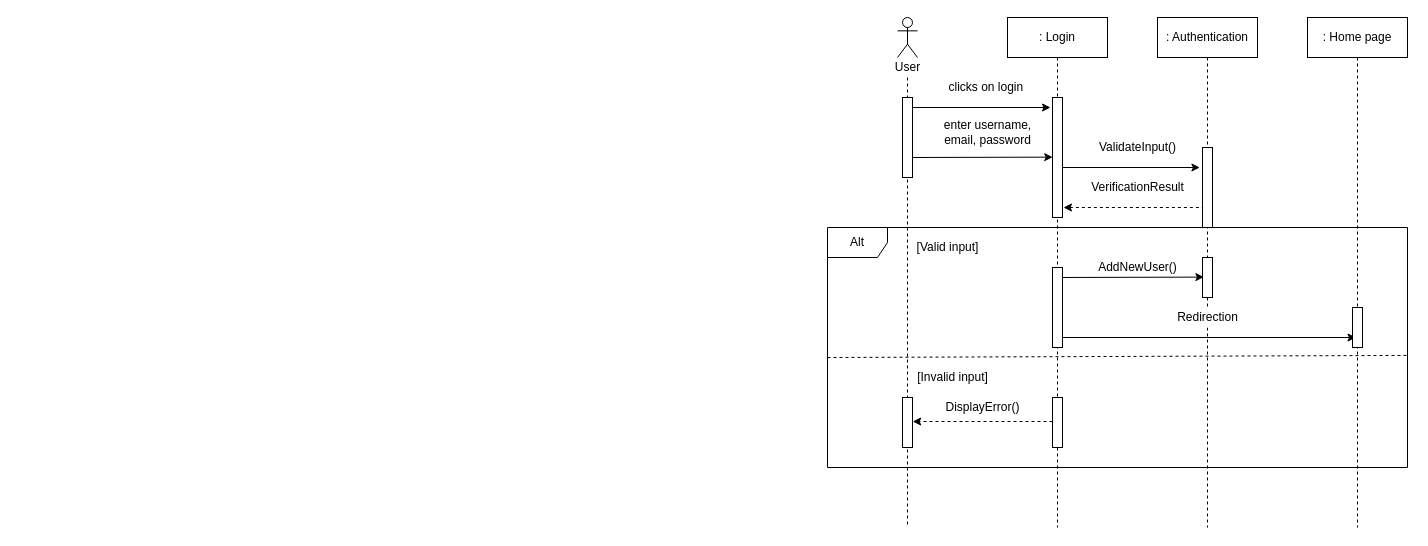
Above: Login(Seq).drawio in FaizAnuar/ashisu (draw.io), before the change. Source tidied: cells renumbered, new cells numbered last; positions are measured from the earlier drawing's top-left corner, leaving out a move shared by most shapes. Both pictures are drawn from the tidied source at 100%, with x=0, y=0 at pixel (827, 17).
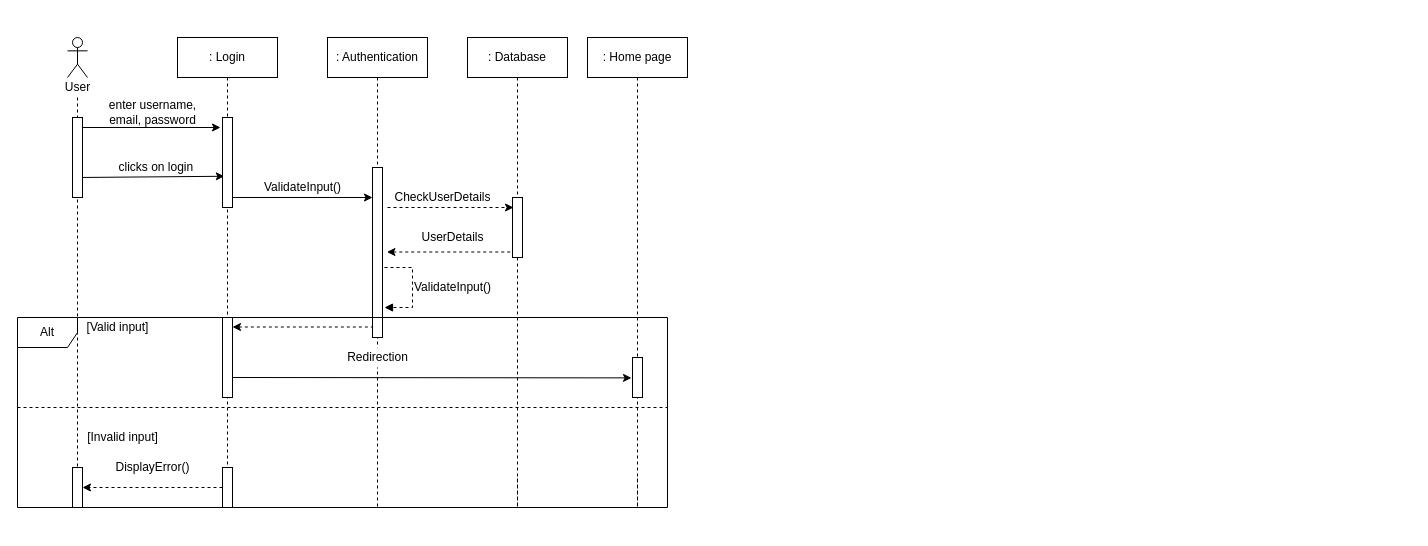
After the change.

The edit, as a diff of the source:
```diff
@@
     <mxCell id="2" style="edgeStyle=orthogonalEdgeStyle;rounded=0;jettySize=auto;html=1;endArrow=none;endFill=0;dashed=1;" parent="1" edge="1" source="36">
       <mxGeometry relative="1" as="geometry">
-        <mxPoint x="80" y="510" as="targetPoint" />
+        <mxPoint x="-750" y="490" as="targetPoint" />
       </mxGeometry>
     </mxCell>
     <mxCell id="3" style="shape=umlActor;verticalLabelPosition=bottom;verticalAlign=top;html=1;" parent="1" vertex="1">
-      <mxGeometry x="70" width="20" height="40" as="geometry" />
+      <mxGeometry x="-760" y="20" width="20" height="40" as="geometry" />
     </mxCell>
     <mxCell id="4" style="edgeStyle=orthogonalEdgeStyle;rounded=0;jettySize=auto;html=1;endArrow=none;endFill=0;dashed=1;" parent="1" edge="1" source="5">
       <mxGeometry relative="1" as="geometry">
-        <mxPoint x="230" y="510" as="targetPoint" />
+        <mxPoint x="-600" y="490" as="targetPoint" />
       </mxGeometry>
     </mxCell>
     <mxCell id="5" value=": Login" style="rounded=0;whiteSpace=wrap;html=1;" parent="1" vertex="1">
-      <mxGeometry x="180" width="100" height="40" as="geometry" />
+      <mxGeometry x="-650" y="20" width="100" height="40" as="geometry" />
     </mxCell>
     <mxCell id="6" style="edgeStyle=orthogonalEdgeStyle;rounded=0;jettySize=auto;html=1;endArrow=none;endFill=0;dashed=1;" parent="1" edge="1" source="7">
       <mxGeometry relative="1" as="geometry">
-        <mxPoint x="530" y="510" as="targetPoint" />
+        <mxPoint x="-190" y="460" as="targetPoint" />
         <Array as="points">
-          <mxPoint x="530" y="500" />
-          <mxPoint x="530" y="500" />
+          <mxPoint x="-190" y="490" />
+          <mxPoint x="-190" y="490" />
         </Array>
       </mxGeometry>
     </mxCell>
     <mxCell id="7" value=": Home page" style="rounded=0;whiteSpace=wrap;html=1;" parent="1" vertex="1">
-      <mxGeometry x="480" width="100" height="40" as="geometry" />
+      <mxGeometry x="-240" y="20" width="100" height="40" as="geometry" />
     </mxCell>
     <mxCell id="8" style="edgeStyle=orthogonalEdgeStyle;rounded=0;jettySize=auto;html=1;endArrow=none;endFill=0;dashed=1;" parent="1" edge="1" source="9">
       <mxGeometry relative="1" as="geometry">
-        <mxPoint x="380" y="510" as="targetPoint" />
+        <mxPoint x="-450" y="490" as="targetPoint" />
       </mxGeometry>
     </mxCell>
     <mxCell id="9" value=": Authentication" style="rounded=0;whiteSpace=wrap;html=1;" parent="1" vertex="1">
-      <mxGeometry x="330" width="100" height="40" as="geometry" />
+      <mxGeometry x="-500" y="20" width="100" height="40" as="geometry" />
     </mxCell>
     <mxCell id="10" style="endArrow=classic;html=1;" parent="1" edge="1">
       <mxGeometry relative="1" as="geometry">
-        <mxPoint x="80" y="90" as="sourcePoint" />
-        <mxPoint x="223" y="90" as="targetPoint" />
+        <mxPoint x="-750" y="110" as="sourcePoint" />
+        <mxPoint x="-607" y="110" as="targetPoint" />
       </mxGeometry>
     </mxCell>
-    <mxCell id="11" style="endArrow=classic;html=1;entryX=0.02;entryY=0.497;entryDx=0;entryDy=0;entryPerimeter=0;" parent="1" edge="1" target="24">
+    <mxCell id="11" style="endArrow=classic;html=1;entryX=0.18;entryY=0.653;entryDx=0;entryDy=0;entryPerimeter=0;" parent="1" edge="1" target="24">
       <mxGeometry relative="1" as="geometry">
-        <mxPoint x="80" y="140" as="sourcePoint" />
+        <mxPoint x="-750" y="160" as="sourcePoint" />
       </mxGeometry>
     </mxCell>
     <mxCell id="12" style="endArrow=none;html=1;startArrow=classic;startFill=1;endFill=0;dashed=1;" parent="1" edge="1">
       <mxGeometry relative="1" as="geometry">
-        <mxPoint x="236" y="190" as="sourcePoint" />
-        <mxPoint x="380" y="190" as="targetPoint" />
+        <mxPoint x="-595" y="309.5" as="sourcePoint" />
+        <mxPoint x="-451" y="309.5" as="targetPoint" />
       </mxGeometry>
     </mxCell>
-    <mxCell id="13" style="endArrow=classic;html=1;entryX=-0.26;entryY=0.25;entryDx=0;entryDy=0;entryPerimeter=0;" parent="1" edge="1" target="25">
+    <mxCell id="13" style="endArrow=classic;html=1;" parent="1" edge="1">
       <mxGeometry relative="1" as="geometry">
-        <mxPoint x="230" y="150" as="sourcePoint" />
+        <mxPoint x="-601" y="180" as="sourcePoint" />
+        <mxPoint x="-455" y="180" as="targetPoint" />
       </mxGeometry>
     </mxCell>
     <mxCell id="14" value="clicks on login&amp;nbsp;" style="text;html=1;align=center;verticalAlign=middle;strokeColor=none;" parent="1" vertex="1">
-      <mxGeometry x="115" y="60" width="90" height="20" as="geometry" />
+      <mxGeometry x="-715" y="140" width="90" height="20" as="geometry" />
     </mxCell>
     <mxCell id="15" value="enter username,&lt;br&gt;email, password" style="text;html=1;align=center;verticalAlign=middle;strokeColor=none;" parent="1" vertex="1">
-      <mxGeometry x="110" y="100" width="100" height="30" as="geometry" />
+      <mxGeometry x="-725" y="80" width="100" height="30" as="geometry" />
     </mxCell>
     <mxCell id="16" value="ValidateInput()" style="text;html=1;align=center;verticalAlign=middle;strokeColor=none;" parent="1" vertex="1">
-      <mxGeometry x="265" y="120" width="90" height="20" as="geometry" />
+      <mxGeometry x="-570" y="160" width="90" height="20" as="geometry" />
     </mxCell>
-    <mxCell id="17" value="VerificationResult" style="text;html=1;align=center;verticalAlign=middle;strokeColor=none;" parent="1" vertex="1">
-      <mxGeometry x="255" y="160" width="110" height="20" as="geometry" />
-    </mxCell>
-    <mxCell id="18" style="endArrow=classic;html=1;entryX=0.14;entryY=0.49;entryDx=0;entryDy=0;entryPerimeter=0;" parent="1" edge="1" target="26">
-      <mxGeometry relative="1" as="geometry">
-        <mxPoint x="230" y="260" as="sourcePoint" />
-      </mxGeometry>
-    </mxCell>
     <mxCell id="19" value="[Valid input]" style="text;html=1;align=center;verticalAlign=middle;strokeColor=none;" parent="1" vertex="1">
-      <mxGeometry x="80" y="220" width="80" height="20" as="geometry" />
+      <mxGeometry x="-750" y="300" width="80" height="20" as="geometry" />
     </mxCell>
-    <mxCell id="20" value="AddNewUser()" style="text;html=1;align=center;verticalAlign=middle;strokeColor=none;" parent="1" vertex="1">
-      <mxGeometry x="265" y="240" width="90" height="20" as="geometry" />
-    </mxCell>
-    <mxCell id="21" style="endArrow=classic;html=1;" parent="1" edge="1">
+    <mxCell id="21" style="endArrow=classic;html=1;entryX=-0.1;entryY=0.51;entryDx=0;entryDy=0;entryPerimeter=0;" parent="1" edge="1" target="28">
       <mxGeometry relative="1" as="geometry">
-        <mxPoint x="231.5" y="320" as="sourcePoint" />
-        <mxPoint x="528.5" y="320" as="targetPoint" />
+        <mxPoint x="-598.5" y="360" as="sourcePoint" />
       </mxGeometry>
     </mxCell>
     <mxCell id="22" value="Redirection" style="text;html=1;align=center;verticalAlign=middle;fillColor=#ffffff;" parent="1" vertex="1">
-      <mxGeometry x="340" y="290" width="80" height="20" as="geometry" />
+      <mxGeometry x="-490" y="330" width="80" height="20" as="geometry" />
     </mxCell>
     <mxCell id="23" style="html=1;perimeter=orthogonalPerimeter;fillColor=#ffffff;" parent="1" vertex="1">
-      <mxGeometry x="75" y="80" width="10" height="80" as="geometry" />
+      <mxGeometry x="-755" y="100" width="10" height="80" as="geometry" />
     </mxCell>
     <mxCell id="24" style="html=1;points=[];perimeter=orthogonalPerimeter;fillColor=#ffffff;" parent="1" vertex="1">
-      <mxGeometry x="225" y="80" width="10" height="120" as="geometry" />
+      <mxGeometry x="-605" y="100" width="10" height="90" as="geometry" />
     </mxCell>
     <mxCell id="25" style="html=1;points=[];perimeter=orthogonalPerimeter;fillColor=#ffffff;" parent="1" vertex="1">
-      <mxGeometry x="375" y="130" width="10" height="80" as="geometry" />
+      <mxGeometry x="-455" y="150" width="10" height="170" as="geometry" />
     </mxCell>
-    <mxCell id="26" style="html=1;points=[];perimeter=orthogonalPerimeter;fillColor=#ffffff;" parent="1" vertex="1">
-      <mxGeometry x="375" y="240" width="10" height="40" as="geometry" />
-    </mxCell>
     <mxCell id="27" style="html=1;perimeter=orthogonalPerimeter;fillColor=#ffffff;" parent="1" vertex="1">
-      <mxGeometry x="225" y="250" width="10" height="80" as="geometry" />
+      <mxGeometry x="-605" y="300" width="10" height="80" as="geometry" />
     </mxCell>
     <mxCell id="28" style="html=1;points=[];perimeter=orthogonalPerimeter;fillColor=#ffffff;" parent="1" vertex="1">
-      <mxGeometry x="525" y="290" width="10" height="40" as="geometry" />
+      <mxGeometry x="-195" y="340" width="10" height="40" as="geometry" />
     </mxCell>
     <mxCell id="29" value="[Invalid input]" style="text;html=1;align=center;verticalAlign=middle;strokeColor=none;" parent="1" vertex="1">
-      <mxGeometry x="80" y="350" width="90" height="20" as="geometry" />
+      <mxGeometry x="-750" y="410" width="90" height="20" as="geometry" />
     </mxCell>
     <mxCell id="30" style="html=1;points=[];perimeter=orthogonalPerimeter;fillColor=#ffffff;" parent="1" vertex="1">
-      <mxGeometry x="75" y="380" width="10" height="50" as="geometry" />
+      <mxGeometry x="-755" y="450" width="10" height="40" as="geometry" />
     </mxCell>
-    <mxCell id="31" style="edgeStyle=orthogonalEdgeStyle;rounded=0;jettySize=auto;html=1;startArrow=none;startFill=0;endArrow=classic;endFill=1;entryX=1.02;entryY=0.48;entryDx=0;entryDy=0;entryPerimeter=0;dashed=1;" parent="1" edge="1" source="32" target="30">
+    <mxCell id="31" style="edgeStyle=orthogonalEdgeStyle;rounded=0;jettySize=auto;html=1;startArrow=none;startFill=0;endArrow=classic;endFill=1;dashed=1;" parent="1" edge="1" source="32">
       <mxGeometry relative="1" as="geometry">
+        <mxPoint x="-745" y="470" as="targetPoint" />
         <Array as="points">
-          <mxPoint x="140" y="404" />
-          <mxPoint x="140" y="404" />
+          <mxPoint x="-745" y="470" />
         </Array>
       </mxGeometry>
     </mxCell>
     <mxCell id="32" style="html=1;points=[];perimeter=orthogonalPerimeter;fillColor=#ffffff;" parent="1" vertex="1">
-      <mxGeometry x="225" y="380" width="10" height="50" as="geometry" />
+      <mxGeometry x="-605" y="450" width="10" height="40" as="geometry" />
     </mxCell>
     <mxCell id="33" value="DisplayError()" style="text;html=1;align=center;verticalAlign=middle;strokeColor=none;" parent="1" vertex="1">
-      <mxGeometry x="110" y="380" width="90" height="20" as="geometry" />
+      <mxGeometry x="-720" y="440" width="90" height="20" as="geometry" />
     </mxCell>
     <mxCell id="34" style="endArrow=open;endFill=1;endSize=12;html=1;" parent="1" edge="1">
       <mxGeometry relative="1" as="geometry">
-        <mxPoint x="5" y="349.5" as="sourcePoint" />
-        <mxPoint x="5" y="349.5" as="targetPoint" />
+        <mxPoint x="-480" y="409.5" as="sourcePoint" />
+        <mxPoint x="-480" y="409.5" as="targetPoint" />
       </mxGeometry>
     </mxCell>
-    <mxCell id="35" style="endArrow=none;endFill=0;endSize=12;html=1;dashed=1;entryX=1.003;entryY=0.533;entryDx=0;entryDy=0;entryPerimeter=0;" parent="1" edge="1" target="37">
-      <mxGeometry relative="1" as="geometry">
-        <mxPoint y="340" as="sourcePoint" />
-      </mxGeometry>
-    </mxCell>
     <mxCell id="36" value="User" style="text;html=1;align=center;verticalAlign=middle;points=[];strokeColor=none;" parent="1" vertex="1">
-      <mxGeometry x="60" y="40" width="40" height="20" as="geometry" />
+      <mxGeometry x="-770" y="60" width="40" height="20" as="geometry" />
     </mxCell>
+    <mxCell id="38" style="endArrow=none;html=1;endFill=0;dashed=1;" parent="1" edge="1">
+      <mxGeometry relative="1" as="geometry">
+        <mxPoint x="-810" y="390" as="sourcePoint" />
+        <mxPoint x="-160" y="390" as="targetPoint" />
+      </mxGeometry>
+    </mxCell>
+    <mxCell id="39" value="ValidateInput()" style="text;html=1;align=center;verticalAlign=middle;strokeColor=none;" parent="1" vertex="1">
+      <mxGeometry x="-420" y="260" width="90" height="20" as="geometry" />
+    </mxCell>
+    <mxCell id="40" style="edgeStyle=orthogonalEdgeStyle;html=1;align=left;spacingLeft=2;endArrow=block;rounded=0;dashed=1;" parent="1" edge="1">
+      <mxGeometry relative="1" as="geometry">
+        <mxPoint x="-443" y="250" as="sourcePoint" />
+        <mxPoint x="-443" y="290" as="targetPoint" />
+        <Array as="points">
+          <mxPoint x="-415" y="250" />
+          <mxPoint x="-415" y="290" />
+          <mxPoint x="-443" y="290" />
+        </Array>
+      </mxGeometry>
+    </mxCell>
+    <mxCell id="41" style="edgeStyle=orthogonalEdgeStyle;rounded=0;jettySize=auto;html=1;endArrow=none;endFill=0;dashed=1;" parent="1" edge="1" source="42">
+      <mxGeometry relative="1" as="geometry">
+        <mxPoint x="-310" y="460" as="targetPoint" />
+        <Array as="points">
+          <mxPoint x="-310" y="490" />
+          <mxPoint x="-310" y="490" />
+        </Array>
+      </mxGeometry>
+    </mxCell>
+    <mxCell id="42" value=": Database" style="rounded=0;whiteSpace=wrap;html=1;" parent="1" vertex="1">
+      <mxGeometry x="-360" y="20" width="100" height="40" as="geometry" />
+    </mxCell>
+    <mxCell id="43" style="html=1;perimeter=orthogonalPerimeter;fillColor=#ffffff;" parent="1" vertex="1">
+      <mxGeometry x="-315" y="180" width="10" height="60" as="geometry" />
+    </mxCell>
+    <mxCell id="44" style="endArrow=classic;html=1;dashed=1;" parent="1" edge="1">
+      <mxGeometry relative="1" as="geometry">
+        <mxPoint x="-440" y="190" as="sourcePoint" />
+        <mxPoint x="-314" y="190" as="targetPoint" />
+      </mxGeometry>
+    </mxCell>
+    <mxCell id="45" style="endArrow=none;html=1;dashed=1;entryX=0.06;entryY=0.2;entryDx=0;entryDy=0;entryPerimeter=0;endFill=0;startArrow=classic;startFill=1;" parent="1" edge="1">
+      <mxGeometry relative="1" as="geometry">
+        <mxPoint x="-440.6" y="234.5" as="sourcePoint" />
+        <mxPoint x="-315" y="234.5" as="targetPoint" />
+      </mxGeometry>
+    </mxCell>
+    <mxCell id="46" value="CheckUserDetails" style="text;html=1;align=center;verticalAlign=middle;strokeColor=none;" parent="1" vertex="1">
+      <mxGeometry x="-440" y="170" width="110" height="20" as="geometry" />
+    </mxCell>
+    <mxCell id="47" value="UserDetails" style="text;html=1;align=center;verticalAlign=middle;strokeColor=none;" parent="1" vertex="1">
+      <mxGeometry x="-415" y="210" width="80" height="20" as="geometry" />
+    </mxCell>
-    <mxCell id="37" value="Alt" style="shape=umlFrame;whiteSpace=wrap;html=1;fillColor=#ffffff;" parent="1" vertex="1">
-      <mxGeometry y="210" width="580" height="240" as="geometry" />
+    <mxCell id="37" value="Alt" style="shape=umlFrame;whiteSpace=wrap;html=1;" parent="1" vertex="1">
+      <mxGeometry x="-810" y="300" width="650" height="190" as="geometry" />
     </mxCell>
```
